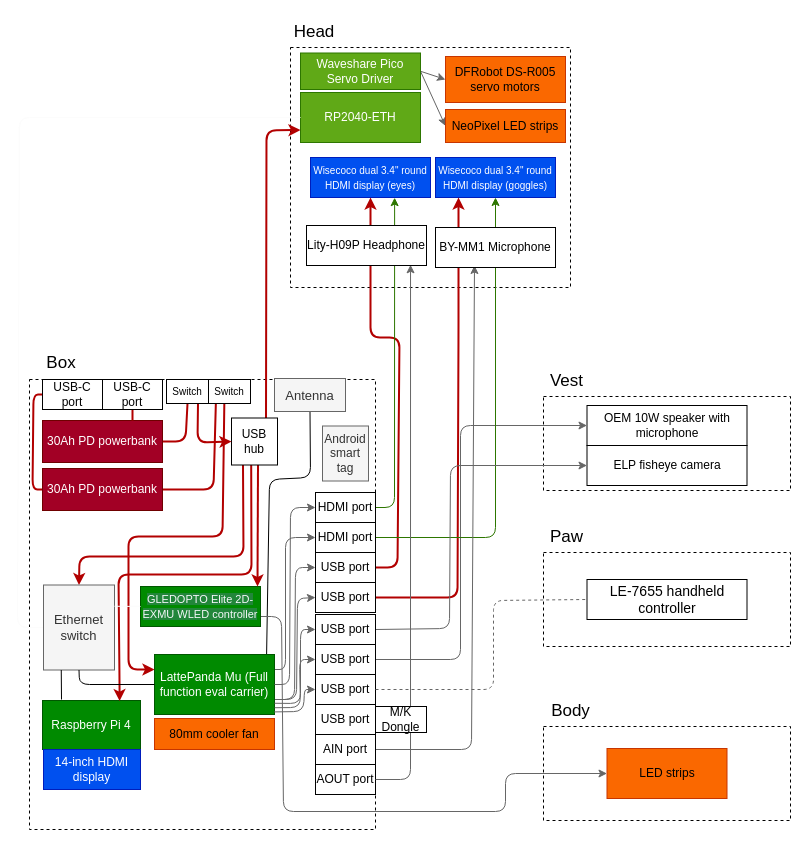
The draw.io diagram Planning/Hardware.drawio in MekhyW/DYNAMO2-Electronic-Fursuit-3.0, before the edit. Source tidied: cells renumbered, new cells numbered last; positions are measured from the earlier drawing's top-left corner, leaving out a move shared by most shapes. Both pictures are drawn from the tidied source at 100%, with x=0, y=0 at pixel (17, 17).
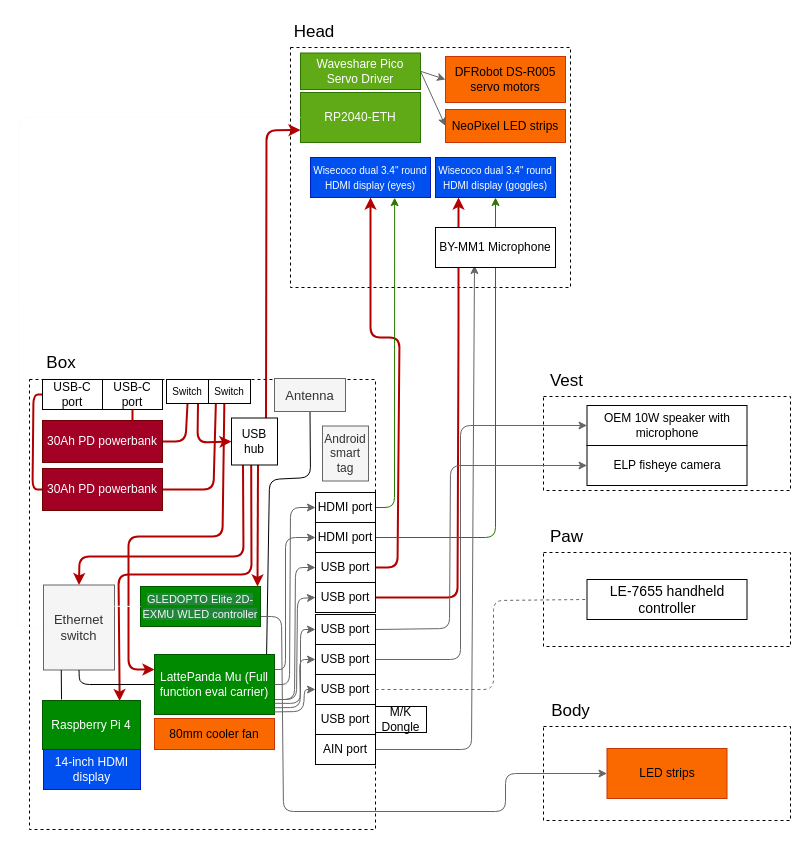
The same diagram, later.

Change to the diagram source:
```diff
@@
-    <mxCell id="80" value="AOUT port" style="rounded=0;whiteSpace=wrap;html=1;" parent="1" vertex="1">
-      <mxGeometry x="298" y="747" width="60" height="30" as="geometry" />
-    </mxCell>
-    <mxCell id="81" style="edgeStyle=none;html=1;exitX=1;exitY=0.5;exitDx=0;exitDy=0;strokeColor=#666666;strokeWidth=1;fontSize=8;startArrow=none;startFill=0;fillColor=#f5f5f5;entryX=0.867;entryY=0.982;entryDx=0;entryDy=0;entryPerimeter=0;" parent="1" edge="1" source="80" target="82">
-      <mxGeometry relative="1" as="geometry">
-        <Array as="points">
-          <mxPoint x="393" y="762" />
-        </Array>
-      </mxGeometry>
-    </mxCell>
-    <mxCell id="82" value="Lity-H09P Headphone" style="rounded=0;whiteSpace=wrap;html=1;" parent="1" vertex="1">
-      <mxGeometry x="289" y="208" width="120" height="40" as="geometry" />
-    </mxCell>
```
